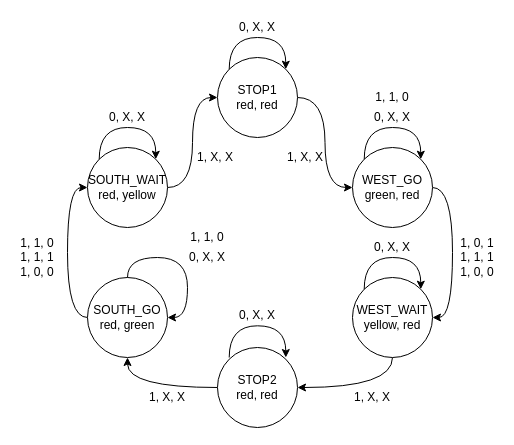
The draw.io diagram Labs/08-traffic_lights/smart_tl.drawio in gkaretka/Digital-electronics-1, before the edit. Source tidied: cells renumbered, new cells numbered last; positions are measured from the earlier drawing's top-left corner, leaving out a move shared by most shapes. Both pictures are drawn from the tidied source at 100%, with x=0, y=0 at pixel (17, 17).
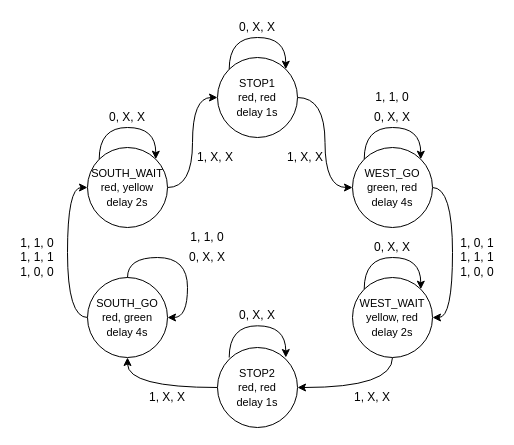
After the change.

Commit message (it also covers changes not shown here):
Add delays to diagram

Change to the diagram source:
```diff
@@
-    <mxCell id="3" value="STOP1&lt;br&gt;red, red" style="ellipse;whiteSpace=wrap;html=1;" parent="1" vertex="1">
+    <mxCell id="3" value="&lt;font style=&quot;font-size: 11px&quot;&gt;STOP1&lt;br&gt;red, red&lt;br&gt;delay 1s&lt;/font&gt;" style="ellipse;whiteSpace=wrap;html=1;" parent="1" vertex="1">
       <mxGeometry x="200" y="40" width="80" height="80" as="geometry" />
     </mxCell>
@@
-    <mxCell id="5" value="WEST_GO&lt;br&gt;green, red" style="ellipse;whiteSpace=wrap;html=1;" parent="1" vertex="1">
+    <mxCell id="5" value="&lt;font style=&quot;font-size: 11px&quot;&gt;WEST_GO&lt;br&gt;green, red&lt;br&gt;delay 4s&lt;/font&gt;" style="ellipse;whiteSpace=wrap;html=1;" parent="1" vertex="1">
       <mxGeometry x="335" y="130" width="80" height="80" as="geometry" />
     </mxCell>
@@
-    <mxCell id="7" value="WEST_WAIT&lt;br&gt;yellow, red" style="ellipse;whiteSpace=wrap;html=1;" parent="1" vertex="1">
+    <mxCell id="7" value="&lt;font style=&quot;font-size: 11px&quot;&gt;WEST_WAIT&lt;br&gt;yellow, red&lt;br&gt;delay 2s&lt;/font&gt;" style="ellipse;whiteSpace=wrap;html=1;" parent="1" vertex="1">
       <mxGeometry x="335" y="260" width="80" height="80" as="geometry" />
     </mxCell>
@@
-    <mxCell id="9" value="STOP2&lt;br&gt;red, red" style="ellipse;whiteSpace=wrap;html=1;" parent="1" vertex="1">
+    <mxCell id="9" value="&lt;font style=&quot;font-size: 11px&quot;&gt;STOP2&lt;br&gt;red, red&lt;br&gt;delay 1s&lt;/font&gt;" style="ellipse;whiteSpace=wrap;html=1;" parent="1" vertex="1">
       <mxGeometry x="200" y="330" width="80" height="80" as="geometry" />
     </mxCell>
@@
-    <mxCell id="11" value="SOUTH_WAIT&lt;br&gt;red, yellow" style="ellipse;whiteSpace=wrap;html=1;" parent="1" vertex="1">
+    <mxCell id="11" value="&lt;font style=&quot;font-size: 11px&quot;&gt;SOUTH_WAIT&lt;br&gt;red, yellow&lt;br&gt;delay 2s&lt;/font&gt;" style="ellipse;whiteSpace=wrap;html=1;" parent="1" vertex="1">
       <mxGeometry x="70" y="130" width="80" height="80" as="geometry" />
     </mxCell>
@@
-    <mxCell id="13" value="SOUTH_GO&lt;br&gt;red, green" style="ellipse;whiteSpace=wrap;html=1;" parent="1" vertex="1">
+    <mxCell id="13" value="&lt;font style=&quot;font-size: 11px&quot;&gt;SOUTH_GO&lt;br&gt;red, green&lt;br&gt;delay 4s&lt;/font&gt;" style="ellipse;whiteSpace=wrap;html=1;" parent="1" vertex="1">
       <mxGeometry x="70" y="260" width="80" height="80" as="geometry" />
     </mxCell>
```
